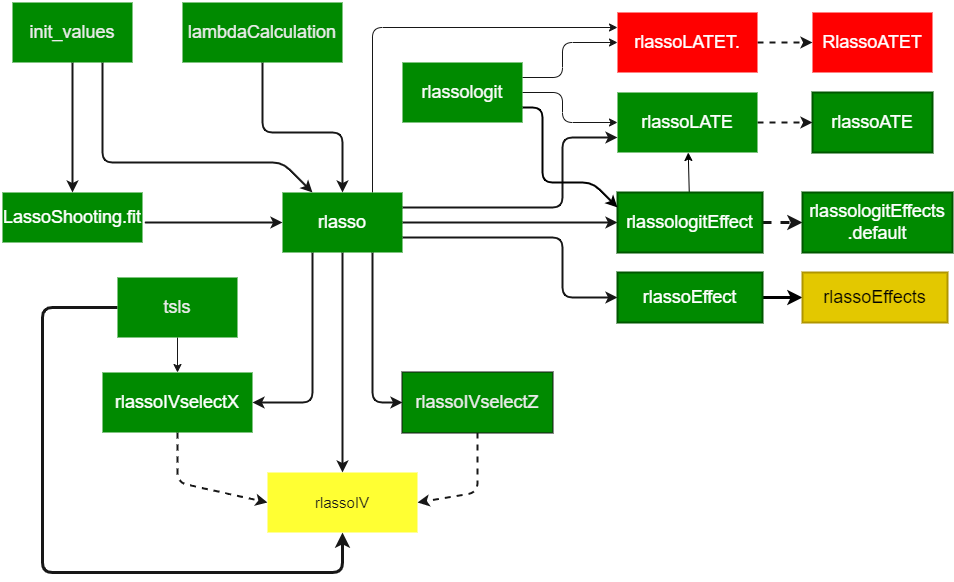
Earlier version of the draw.io export functions_hdm.png (d2cml-ai/HDMjl.jl). Source tidied: cells renumbered, new cells last; positions are measured from the earlier drawing's top-left corner, leaving out a move shared by most shapes.
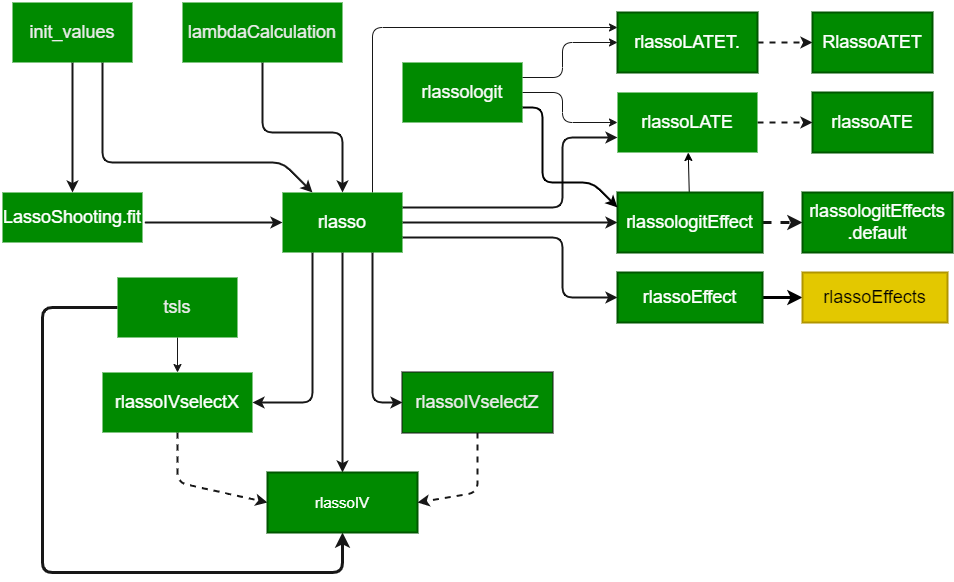
After the change.

Diff of the diagram source:
```diff
@@ -116,7 +116,7 @@
     <mxCell id="25" style="edgeStyle=none;rounded=0;html=1;exitX=1;exitY=0.5;exitDx=0;exitDy=0;entryX=0;entryY=0.5;entryDx=0;entryDy=0;dashed=1;strokeColor=#171717;strokeWidth=2;fontColor=#FFFFFF;fontSize=18;" parent="1" edge="1" source="26" target="33">
       <mxGeometry relative="1" as="geometry" />
     </mxCell>
-    <mxCell id="26" value="rlassoLATET." style="whiteSpace=wrap;html=1;fontSize=18;fontColor=#FFFFFF;strokeColor=none;strokeWidth=2;fillColor=#FF0000;gradientColor=none;gradientDirection=north;" parent="1" vertex="1">
+    <mxCell id="26" value="rlassoLATET." style="whiteSpace=wrap;html=1;fontSize=18;fontColor=#ffffff;strokeColor=#005700;strokeWidth=2;fillColor=#008a00;gradientDirection=north;" parent="1" vertex="1">
       <mxGeometry x="615" y="10" width="140" height="60" as="geometry" />
     </mxCell>
     <mxCell id="27" style="edgeStyle=none;html=1;exitX=0.5;exitY=1;exitDx=0;exitDy=0;entryX=0.5;entryY=0;entryDx=0;entryDy=0;strokeColor=#171717;fontColor=#191919;strokeWidth=2;fontSize=18;" parent="1" edge="1" source="37" target="7">
@@ -130,7 +130,7 @@
         </Array>
       </mxGeometry>
     </mxCell>
-    <mxCell id="29" value="rlassoIV" style="whiteSpace=wrap;html=1;fontSize=15;strokeColor=none;strokeWidth=2;fillColor=#FFFF33;gradientDirection=north;fontColor=#191919;" parent="1" vertex="1">
+    <mxCell id="29" value="rlassoIV" style="whiteSpace=wrap;html=1;fontSize=15;strokeColor=#005700;strokeWidth=2;fillColor=#008a00;gradientDirection=north;fontColor=#ffffff;" parent="1" vertex="1">
       <mxGeometry x="265" y="470" width="150" height="60" as="geometry" />
     </mxCell>
     <mxCell id="30" style="edgeStyle=none;html=1;exitX=0.5;exitY=1;exitDx=0;exitDy=0;entryX=1;entryY=0.5;entryDx=0;entryDy=0;dashed=1;strokeColor=#171717;strokeWidth=2;fontColor=#191919;fontSize=18;" parent="1" edge="1" source="31" target="29">
@@ -146,7 +146,7 @@
     <mxCell id="32" value="&lt;span class=&quot;pl-en&quot; style=&quot;font-size: 18px&quot;&gt;rlassologitEffects&lt;br&gt;.default&lt;/span&gt;" style="whiteSpace=wrap;html=1;strokeColor=#005700;strokeWidth=2;fillColor=#008a00;fontColor=#ffffff;fontSize=18;" parent="1" vertex="1">
       <mxGeometry x="800" y="190" width="150" height="60" as="geometry" />
     </mxCell>
-    <mxCell id="33" value="RlassoATET" style="whiteSpace=wrap;html=1;strokeColor=none;strokeWidth=2;fillColor=#FF0000;fontColor=#FFFFFF;gradientColor=none;fontSize=18;" parent="1" vertex="1">
+    <mxCell id="33" value="RlassoATET" style="whiteSpace=wrap;html=1;strokeColor=#005700;strokeWidth=2;fillColor=#008a00;fontColor=#ffffff;fontSize=18;" parent="1" vertex="1">
       <mxGeometry x="810" y="10" width="120" height="60" as="geometry" />
     </mxCell>
     <mxCell id="34" value="rlassoIVselectZ" style="whiteSpace=wrap;html=1;fontSize=18;strokeWidth=2;gradientDirection=north;fillColor=#008A00;fontColor=#EBEBEB;strokeColor=none;" parent="1" vertex="1">
```
